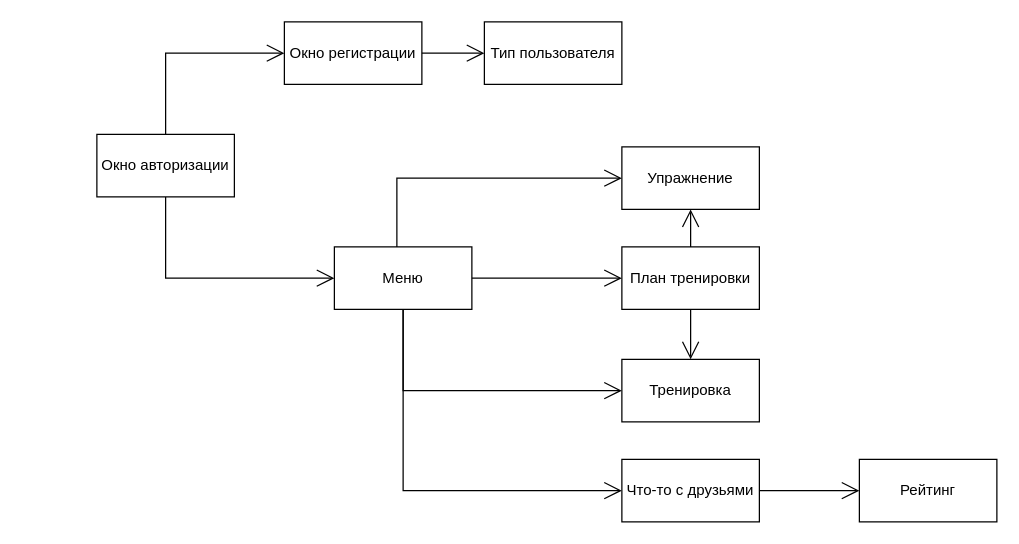
hse-2024-java-android-sport-app/sport-app-project keeps this draw.io diagram as Client.drawio. Above is the earlier version. Source tidied: cells renumbered, new cells numbered last; positions are measured from the earlier drawing's top-left corner, leaving out a move shared by most shapes. Both pictures are drawn from the tidied source at 125%, with x=0, y=0 at pixel (96, 21).
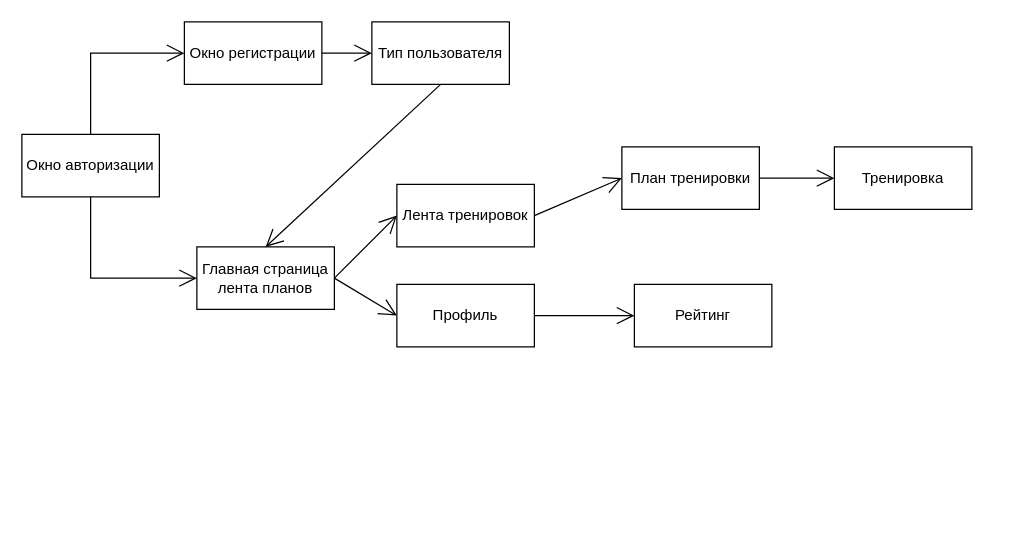
The same page after the edit.

Commit message:
Changing the structure of windows

What changed in the source:
```diff
@@
     <mxCell id="2" value="Окно авторизации" style="html=1;whiteSpace=wrap;" parent="1" vertex="1">
-      <mxGeometry y="90" width="110" height="50" as="geometry" />
+      <mxGeometry x="-60" y="90" width="110" height="50" as="geometry" />
     </mxCell>
     <mxCell id="3" value="Окно регистрации" style="html=1;whiteSpace=wrap;" parent="1" vertex="1">
-      <mxGeometry x="150" width="110" height="50" as="geometry" />
+      <mxGeometry x="70" width="110" height="50" as="geometry" />
     </mxCell>
     <mxCell id="4" style="endArrow=open;endFill=1;endSize=12;html=1;rounded=0;exitX=0.5;exitY=0;exitDx=0;exitDy=0;entryX=0;entryY=0.5;entryDx=0;entryDy=0;" parent="1" edge="1" source="2" target="3">
       <mxGeometry relative="1" as="geometry">
         <Array as="points">
-          <mxPoint x="55" y="25" />
+          <mxPoint x="-5" y="25" />
         </Array>
       </mxGeometry>
     </mxCell>
-    <mxCell id="5" value="Меню" style="html=1;whiteSpace=wrap;" parent="1" vertex="1">
-      <mxGeometry x="190" y="180" width="110" height="50" as="geometry" />
+    <mxCell id="5" value="Главная страница&lt;br&gt;лента планов" style="html=1;whiteSpace=wrap;" parent="1" vertex="1">
+      <mxGeometry x="80" y="180" width="110" height="50" as="geometry" />
     </mxCell>
     <mxCell id="6" value="Тип пользователя" style="html=1;whiteSpace=wrap;" parent="1" vertex="1">
-      <mxGeometry x="310" width="110" height="50" as="geometry" />
+      <mxGeometry x="220" width="110" height="50" as="geometry" />
     </mxCell>
@@
     <mxCell id="8" style="endArrow=open;endFill=1;endSize=12;html=1;rounded=0;exitX=0.5;exitY=1;exitDx=0;exitDy=0;entryX=0;entryY=0.5;entryDx=0;entryDy=0;" parent="1" edge="1" source="2" target="5">
       <mxGeometry relative="1" as="geometry">
         <Array as="points">
-          <mxPoint x="55" y="205" />
+          <mxPoint x="-5" y="205" />
         </Array>
       </mxGeometry>
     </mxCell>
-    <mxCell id="9" value="Упражнение" style="html=1;whiteSpace=wrap;" parent="1" vertex="1">
-      <mxGeometry x="420" y="100" width="110" height="50" as="geometry" />
+    <mxCell id="9" value="Лента тренировок" style="html=1;whiteSpace=wrap;" parent="1" vertex="1">
+      <mxGeometry x="240" y="130" width="110" height="50" as="geometry" />
     </mxCell>
     <mxCell id="10" value="План тренировки" style="html=1;whiteSpace=wrap;" parent="1" vertex="1">
-      <mxGeometry x="420" y="180" width="110" height="50" as="geometry" />
+      <mxGeometry x="420" y="100" width="110" height="50" as="geometry" />
     </mxCell>
     <mxCell id="11" value="Тренировка" style="html=1;whiteSpace=wrap;" parent="1" vertex="1">
-      <mxGeometry x="420" y="270" width="110" height="50" as="geometry" />
+      <mxGeometry x="590" y="100" width="110" height="50" as="geometry" />
     </mxCell>
-    <mxCell id="12" style="endArrow=open;endFill=1;endSize=12;html=1;rounded=0;entryX=0;entryY=0.5;entryDx=0;entryDy=0;" parent="1" edge="1" target="9">
-      <mxGeometry relative="1" as="geometry">
-        <mxPoint x="240" y="180" as="sourcePoint" />
-        <Array as="points">
-          <mxPoint x="240" y="125" />
-        </Array>
-      </mxGeometry>
-    </mxCell>
-    <mxCell id="13" style="endArrow=open;endFill=1;endSize=12;html=1;rounded=0;exitX=1;exitY=0.5;exitDx=0;exitDy=0;entryX=0;entryY=0.5;entryDx=0;entryDy=0;" parent="1" edge="1" source="5" target="10">
-      <mxGeometry relative="1" as="geometry" />
-    </mxCell>
-    <mxCell id="14" style="endArrow=open;endFill=1;endSize=12;html=1;rounded=0;exitX=0.5;exitY=1;exitDx=0;exitDy=0;entryX=0;entryY=0.5;entryDx=0;entryDy=0;" parent="1" edge="1" source="5" target="11">
-      <mxGeometry relative="1" as="geometry">
-        <Array as="points">
-          <mxPoint x="245" y="295" />
-        </Array>
-      </mxGeometry>
-    </mxCell>
-    <mxCell id="15" style="endArrow=open;endFill=1;endSize=12;html=1;rounded=0;exitX=0.5;exitY=0;exitDx=0;exitDy=0;entryX=0.5;entryY=1;entryDx=0;entryDy=0;" parent="1" edge="1" source="10" target="9">
-      <mxGeometry relative="1" as="geometry" />
-    </mxCell>
-    <mxCell id="16" value="Что-то с друзьями" style="html=1;whiteSpace=wrap;" parent="1" vertex="1">
-      <mxGeometry x="420" y="350" width="110" height="50" as="geometry" />
+    <mxCell id="16" value="Профиль" style="html=1;whiteSpace=wrap;" parent="1" vertex="1">
+      <mxGeometry x="240" y="210" width="110" height="50" as="geometry" />
     </mxCell>
-    <mxCell id="17" style="endArrow=open;endFill=1;endSize=12;html=1;rounded=0;exitX=0.5;exitY=1;exitDx=0;exitDy=0;entryX=0;entryY=0.5;entryDx=0;entryDy=0;" parent="1" edge="1" source="5" target="16">
-      <mxGeometry relative="1" as="geometry">
-        <Array as="points">
-          <mxPoint x="245" y="375" />
-        </Array>
-      </mxGeometry>
-    </mxCell>
     <mxCell id="18" value="Рейтинг" style="html=1;whiteSpace=wrap;" parent="1" vertex="1">
-      <mxGeometry x="610" y="350" width="110" height="50" as="geometry" />
+      <mxGeometry x="430" y="210" width="110" height="50" as="geometry" />
     </mxCell>
@@
+    <mxCell id="21" style="endArrow=open;endFill=1;endSize=12;html=1;rounded=0;exitX=0.5;exitY=1;exitDx=0;exitDy=0;entryX=0.5;entryY=0;entryDx=0;entryDy=0;" parent="1" edge="1" source="6" target="5">
+      <mxGeometry relative="1" as="geometry" />
+    </mxCell>
+    <mxCell id="22" style="endArrow=open;endFill=1;endSize=12;html=1;rounded=0;exitX=1;exitY=0.5;exitDx=0;exitDy=0;entryX=0;entryY=0.5;entryDx=0;entryDy=0;" parent="1" edge="1" source="5" target="9">
+      <mxGeometry relative="1" as="geometry" />
+    </mxCell>
+    <mxCell id="17" style="endArrow=open;endFill=1;endSize=12;html=1;rounded=0;exitX=1;exitY=0.5;exitDx=0;exitDy=0;entryX=0;entryY=0.5;entryDx=0;entryDy=0;" parent="1" edge="1" source="5" target="16">
+      <mxGeometry relative="1" as="geometry" />
+    </mxCell>
+    <mxCell id="23" style="endArrow=open;endFill=1;endSize=12;html=1;rounded=0;exitX=1;exitY=0.5;exitDx=0;exitDy=0;entryX=0;entryY=0.5;entryDx=0;entryDy=0;" parent="1" edge="1" source="9" target="10">
+      <mxGeometry relative="1" as="geometry" />
+    </mxCell>
-    <mxCell id="20" style="endArrow=open;endFill=1;endSize=12;html=1;rounded=0;exitX=0.5;exitY=1;exitDx=0;exitDy=0;entryX=0.5;entryY=0;entryDx=0;entryDy=0;" parent="1" edge="1" source="10" target="11">
+    <mxCell id="20" style="endArrow=open;endFill=1;endSize=12;html=1;rounded=0;exitX=1;exitY=0.5;exitDx=0;exitDy=0;entryX=0;entryY=0.5;entryDx=0;entryDy=0;" parent="1" edge="1" source="10" target="11">
       <mxGeometry relative="1" as="geometry" />
     </mxCell>
```
